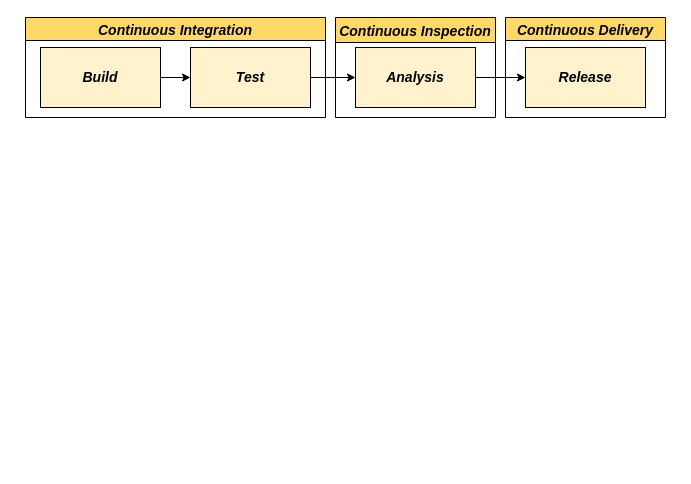
Above: page "30.cicdci" (4 of 19) of tesi-2.drawio in paganellif/tesi-paganelli (draw.io), before the change. Source tidied: cells renumbered, new cells numbered last; positions are measured from the earlier drawing's top-left corner, leaving out a move shared by most shapes. Both pictures are drawn from the tidied source at 100%, with x=0, y=0 at pixel (25, 17).
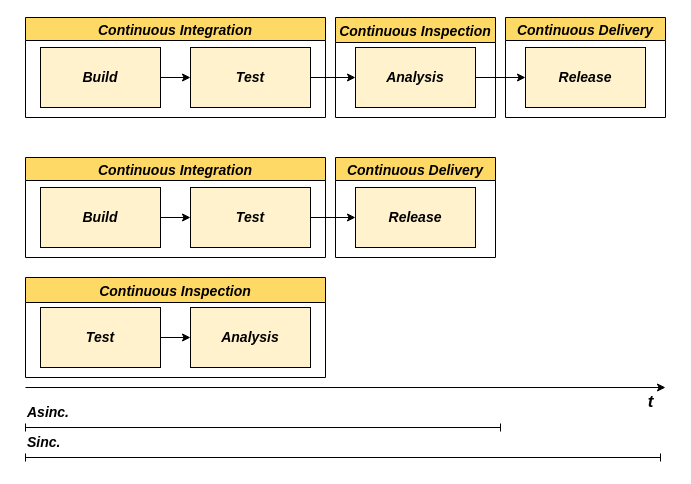
Above is the later version.

The edit, as a diff of the source:
```diff
@@
+    <mxCell id="12" value="Continuous Integration" style="swimlane;fillColor=#FFD966;fontSize=14;fontStyle=3;" parent="1" vertex="1">
+      <mxGeometry y="140" width="300" height="100" as="geometry" />
+    </mxCell>
+    <mxCell id="13" value="&lt;b style=&quot;font-size: 14px;&quot;&gt;&lt;i style=&quot;font-size: 14px;&quot;&gt;Test&lt;/i&gt;&lt;/b&gt;" style="rounded=0;whiteSpace=wrap;html=1;fontSize=14;strokeColor=#000000;fillColor=#FFF2CC;" parent="12" vertex="1">
+      <mxGeometry x="165" y="30" width="120" height="60" as="geometry" />
+    </mxCell>
+    <mxCell id="14" style="edgeStyle=orthogonalEdgeStyle;rounded=0;jettySize=auto;html=1;" parent="12" edge="1" source="15" target="13">
+      <mxGeometry relative="1" as="geometry" />
+    </mxCell>
+    <mxCell id="15" value="&lt;b style=&quot;font-size: 14px;&quot;&gt;&lt;i style=&quot;font-size: 14px;&quot;&gt;Build&lt;/i&gt;&lt;/b&gt;" style="rounded=0;whiteSpace=wrap;html=1;fontSize=14;strokeColor=#000000;fillColor=#FFF2CC;" parent="12" vertex="1">
+      <mxGeometry x="15" y="30" width="120" height="60" as="geometry" />
+    </mxCell>
+    <mxCell id="16" value="Continuous Delivery" style="swimlane;fillColor=#FFD966;fontSize=14;fontStyle=3;" parent="1" vertex="1">
+      <mxGeometry x="310" y="140" width="160" height="100" as="geometry" />
+    </mxCell>
+    <mxCell id="17" value="&lt;b style=&quot;font-size: 14px;&quot;&gt;&lt;i style=&quot;font-size: 14px;&quot;&gt;Release&lt;/i&gt;&lt;/b&gt;" style="rounded=0;whiteSpace=wrap;html=1;fontSize=14;strokeColor=#000000;fillColor=#FFF2CC;" parent="16" vertex="1">
+      <mxGeometry x="20" y="30" width="120" height="60" as="geometry" />
+    </mxCell>
+    <mxCell id="18" value="Continuous Inspection" style="swimlane;fillColor=#FFD966;fontSize=14;fontStyle=3;startSize=25;" parent="1" vertex="1">
+      <mxGeometry y="260" width="300" height="100" as="geometry" />
+    </mxCell>
+    <mxCell id="19" value="&lt;b style=&quot;font-size: 14px;&quot;&gt;&lt;i style=&quot;font-size: 14px;&quot;&gt;Analysis&lt;/i&gt;&lt;/b&gt;" style="rounded=0;whiteSpace=wrap;html=1;fontSize=14;strokeColor=#000000;fillColor=#FFF2CC;" parent="18" vertex="1">
+      <mxGeometry x="165" y="30" width="120" height="60" as="geometry" />
+    </mxCell>
+    <mxCell id="20" style="edgeStyle=orthogonalEdgeStyle;rounded=0;jettySize=auto;html=1;" parent="18" edge="1" source="21" target="19">
+      <mxGeometry relative="1" as="geometry" />
+    </mxCell>
+    <mxCell id="21" value="&lt;b style=&quot;font-size: 14px;&quot;&gt;&lt;i style=&quot;font-size: 14px;&quot;&gt;Test&lt;/i&gt;&lt;/b&gt;" style="rounded=0;whiteSpace=wrap;html=1;fontSize=14;strokeColor=#000000;fillColor=#FFF2CC;" parent="18" vertex="1">
+      <mxGeometry x="15" y="30" width="120" height="60" as="geometry" />
+    </mxCell>
+    <mxCell id="22" style="edgeStyle=orthogonalEdgeStyle;rounded=0;jettySize=auto;html=1;" parent="1" edge="1" source="13" target="17">
+      <mxGeometry relative="1" as="geometry" />
+    </mxCell>
+    <mxCell id="23" style="endArrow=classic;html=1;rounded=0;" parent="1" edge="1">
+      <mxGeometry relative="1" as="geometry">
+        <mxPoint y="370" as="sourcePoint" />
+        <mxPoint x="640" y="370" as="targetPoint" />
+      </mxGeometry>
+    </mxCell>
+    <mxCell id="24" value="&lt;i&gt;&lt;b style=&quot;font-size: 17px;&quot;&gt;t&lt;/b&gt;&lt;/i&gt;" style="text;html=1;align=center;verticalAlign=middle;strokeColor=none;fillColor=none;" parent="1" vertex="1">
+      <mxGeometry x="610" y="370" width="30" height="30" as="geometry" />
+    </mxCell>
+    <mxCell id="25" value="Asinc." style="text;html=1;align=left;verticalAlign=middle;strokeColor=none;fillColor=none;fontSize=14;fontStyle=3;" parent="1" vertex="1">
+      <mxGeometry y="380" width="70" height="30" as="geometry" />
+    </mxCell>
+    <mxCell id="26" value="Sinc." style="text;html=1;align=left;verticalAlign=middle;strokeColor=none;fillColor=none;fontSize=14;fontStyle=3;" parent="1" vertex="1">
+      <mxGeometry y="410" width="60" height="30" as="geometry" />
+    </mxCell>
+    <mxCell id="27" style="endArrow=baseDash;html=1;rounded=0;startArrow=baseDash;startFill=0;endFill=0;" parent="1" edge="1">
+      <mxGeometry relative="1" as="geometry">
+        <mxPoint y="410" as="sourcePoint" />
+        <mxPoint x="475" y="410" as="targetPoint" />
+      </mxGeometry>
+    </mxCell>
+    <mxCell id="28" style="endArrow=baseDash;html=1;rounded=0;startArrow=baseDash;startFill=0;endFill=0;" parent="1" edge="1">
+      <mxGeometry relative="1" as="geometry">
+        <mxPoint y="440" as="sourcePoint" />
+        <mxPoint x="635" y="440" as="targetPoint" />
+      </mxGeometry>
+    </mxCell>
```
